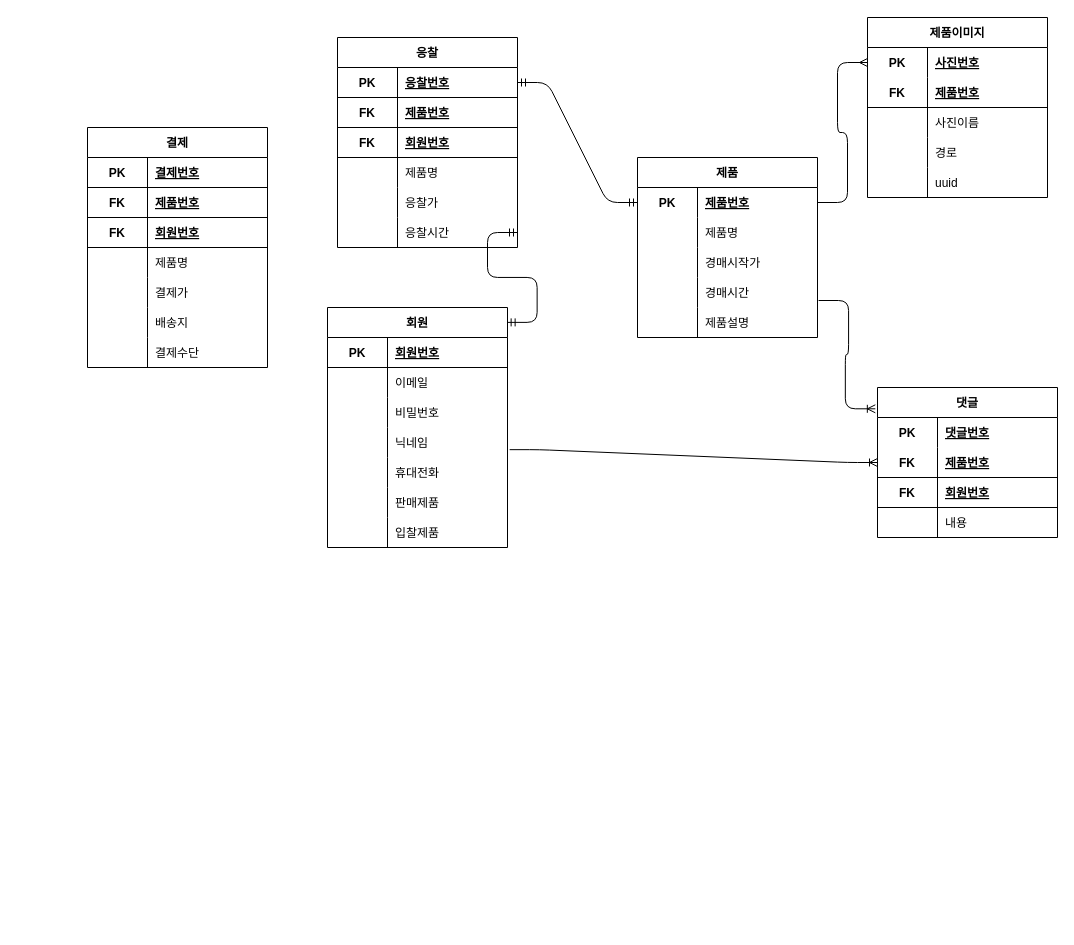
Before: erd/erd1.drawio in Unbbox/project, a draw.io diagram. Source tidied: cells renumbered, new cells numbered last; positions are measured from the earlier drawing's top-left corner, leaving out a move shared by most shapes. Both pictures are drawn from the tidied source at 100%, with x=0, y=0 at pixel (87, 17).
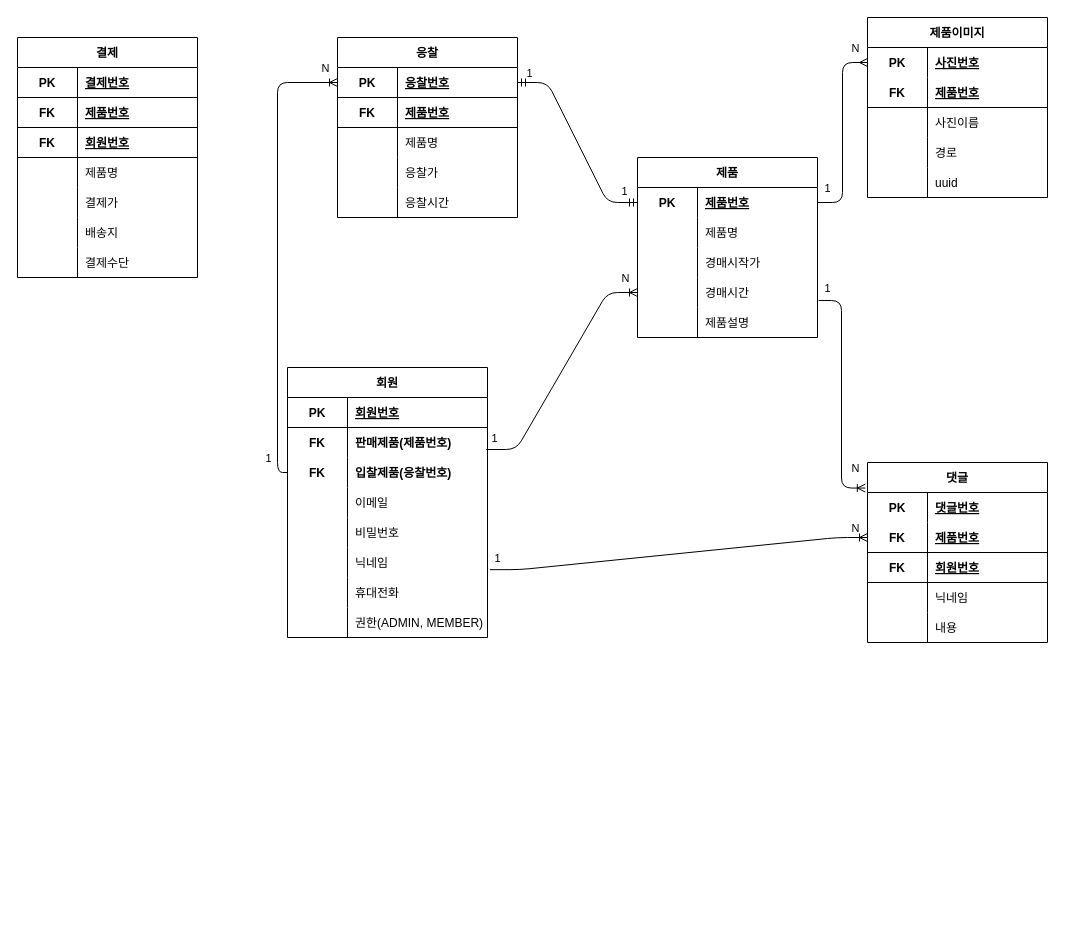
The same diagram, later.

Unchanged cells that the change refers to:
```xml
<mxCell id="3" style="shape=tableRow;horizontal=0;startSize=0;swimlaneHead=0;swimlaneBody=0;fillColor=none;points=[[0,0.5],[1,0.5]];portConstraint=eastwest;top=0;left=0;right=0;bottom=0;" parent="2" vertex="1">
  <mxGeometry y="30" width="180" height="30" as="geometry" />
</mxCell>
<mxCell id="12" style="shape=tableRow;horizontal=0;startSize=0;swimlaneHead=0;swimlaneBody=0;fillColor=none;points=[[0,0.5],[1,0.5]];portConstraint=eastwest;top=0;left=0;right=0;bottom=0;" parent="2" vertex="1">
  <mxGeometry y="120" width="180" height="30" as="geometry" />
</mxCell>
<mxCell id="19" style="shape=tableRow;horizontal=0;startSize=0;swimlaneHead=0;swimlaneBody=0;fillColor=none;points=[[0,0.5],[1,0.5]];portConstraint=eastwest;top=0;left=0;right=0;bottom=0;" parent="18" vertex="1">
  <mxGeometry y="30" width="180" height="30" as="geometry" />
</mxCell>
<mxCell id="44" style="shape=tableRow;horizontal=0;startSize=0;swimlaneHead=0;swimlaneBody=0;fillColor=none;top=0;left=0;right=0;bottom=0;" parent="34" vertex="1">
  <mxGeometry y="120" width="180" height="30" as="geometry" />
</mxCell>
<mxCell id="70" style="shape=tableRow;horizontal=0;startSize=0;swimlaneHead=0;swimlaneBody=0;fillColor=none;points=[[0,0.5],[1,0.5]];portConstraint=eastwest;top=0;left=0;right=0;bottom=1;" parent="69" vertex="1">
  <mxGeometry y="30" width="180" height="30" as="geometry" />
</mxCell>
<mxCell id="92" style="edgeStyle=entityRelationEdgeStyle;fontSize=12;html=1;endArrow=ERmandOne;startArrow=ERmandOne;exitX=0;exitY=0.5;exitDx=0;exitDy=0;entryX=1;entryY=0.5;entryDx=0;entryDy=0;" parent="1" edge="1" source="3" target="70">
  <mxGeometry relative="1" as="geometry" />
</mxCell>
```

Change to the diagram source:
```diff
@@
     <mxCell id="34" value="댓글" style="shape=table;startSize=30;childLayout=tableLayout;rowLines=0;fontStyle=1;align=center;" parent="1" vertex="1">
-      <mxGeometry x="790" y="370" width="180" height="150" as="geometry" />
+      <mxGeometry x="780" y="445" width="180" height="180" as="geometry" />
     </mxCell>
@@
-    <mxCell id="46" value="내용" style="shape=partialRectangle;fillColor=none;top=0;left=0;bottom=0;right=0;align=left;spacingLeft=6;overflow=hidden;" parent="44" vertex="1">
+    <mxCell id="46" value="닉네임" style="shape=partialRectangle;fillColor=none;top=0;left=0;bottom=0;right=0;align=left;spacingLeft=6;overflow=hidden;" parent="44" vertex="1">
       <mxGeometry x="60" width="120" height="30" as="geometry" />
     </mxCell>
+    <mxCell id="115" style="shape=tableRow;horizontal=0;startSize=0;swimlaneHead=0;swimlaneBody=0;fillColor=none;top=0;left=0;right=0;bottom=0;" parent="34" vertex="1">
+      <mxGeometry y="150" width="180" height="30" as="geometry" />
+    </mxCell>
+    <mxCell id="116" style="shape=partialRectangle;fillColor=none;top=0;left=0;bottom=0;right=0;overflow=hidden;" parent="115" vertex="1">
+      <mxGeometry width="60" height="30" as="geometry" />
+    </mxCell>
+    <mxCell id="117" value="내용" style="shape=partialRectangle;fillColor=none;top=0;left=0;bottom=0;right=0;align=left;spacingLeft=6;overflow=hidden;" parent="115" vertex="1">
+      <mxGeometry x="60" width="120" height="30" as="geometry" />
+    </mxCell>
     <mxCell id="47" value="회원" style="shape=table;startSize=30;childLayout=tableLayout;rowLines=0;fontStyle=1;align=center;" parent="1" vertex="1">
-      <mxGeometry x="240" y="290" width="180" height="240" as="geometry" />
+      <mxGeometry x="200" y="350" width="200" height="270" as="geometry" />
     </mxCell>
     <mxCell id="48" style="shape=tableRow;horizontal=0;startSize=0;swimlaneHead=0;swimlaneBody=0;fillColor=none;top=0;left=0;right=0;bottom=1;" parent="47" vertex="1">
-      <mxGeometry y="30" width="180" height="30" as="geometry" />
+      <mxGeometry y="30" width="200" height="30" as="geometry" />
     </mxCell>
@@
     <mxCell id="50" value="회원번호" style="shape=partialRectangle;fillColor=none;top=0;left=0;bottom=0;right=0;align=left;spacingLeft=6;fontStyle=5;overflow=hidden;" parent="48" vertex="1">
-      <mxGeometry x="60" width="120" height="30" as="geometry" />
+      <mxGeometry x="60" width="140" height="30" as="geometry" />
     </mxCell>
+    <mxCell id="63" style="shape=tableRow;horizontal=0;startSize=0;swimlaneHead=0;swimlaneBody=0;fillColor=none;points=[[0,0.5],[1,0.5]];portConstraint=eastwest;top=0;left=0;right=0;bottom=0;" parent="47" vertex="1">
+      <mxGeometry y="60" width="200" height="30" as="geometry" />
+    </mxCell>
+    <mxCell id="64" value="FK" style="shape=partialRectangle;fillColor=none;top=0;left=0;bottom=0;right=0;overflow=hidden;fontStyle=1;" parent="63" vertex="1">
+      <mxGeometry width="60" height="30" as="geometry" />
+    </mxCell>
+    <mxCell id="65" value="판매제품(제품번호)" style="shape=partialRectangle;fillColor=none;top=0;left=0;bottom=0;right=0;align=left;spacingLeft=6;overflow=hidden;fontStyle=1;" parent="63" vertex="1">
+      <mxGeometry x="60" width="140" height="30" as="geometry" />
+    </mxCell>
+    <mxCell id="66" style="shape=tableRow;horizontal=0;startSize=0;swimlaneHead=0;swimlaneBody=0;fillColor=none;points=[[0,0.5],[1,0.5]];portConstraint=eastwest;top=0;left=0;right=0;bottom=0;" parent="47" vertex="1">
+      <mxGeometry y="90" width="200" height="30" as="geometry" />
+    </mxCell>
+    <mxCell id="67" value="FK" style="shape=partialRectangle;fillColor=none;top=0;left=0;bottom=0;right=0;overflow=hidden;fontStyle=1;" parent="66" vertex="1">
+      <mxGeometry width="60" height="30" as="geometry" />
+    </mxCell>
+    <mxCell id="68" value="입찰제품(응찰번호)" style="shape=partialRectangle;fillColor=none;top=0;left=0;bottom=0;right=0;align=left;spacingLeft=6;overflow=hidden;fontStyle=1;" parent="66" vertex="1">
+      <mxGeometry x="60" width="140" height="30" as="geometry" />
+    </mxCell>
     <mxCell id="51" style="shape=tableRow;horizontal=0;startSize=0;swimlaneHead=0;swimlaneBody=0;fillColor=none;top=0;left=0;right=0;bottom=0;" parent="47" vertex="1">
-      <mxGeometry y="60" width="180" height="30" as="geometry" />
+      <mxGeometry y="120" width="200" height="30" as="geometry" />
     </mxCell>
@@
     <mxCell id="53" value="이메일" style="shape=partialRectangle;fillColor=none;top=0;left=0;bottom=0;right=0;align=left;spacingLeft=6;overflow=hidden;" parent="51" vertex="1">
-      <mxGeometry x="60" width="120" height="30" as="geometry" />
+      <mxGeometry x="60" width="140" height="30" as="geometry" />
     </mxCell>
     <mxCell id="54" style="shape=tableRow;horizontal=0;startSize=0;swimlaneHead=0;swimlaneBody=0;fillColor=none;top=0;left=0;right=0;bottom=0;" parent="47" vertex="1">
-      <mxGeometry y="90" width="180" height="30" as="geometry" />
+      <mxGeometry y="150" width="200" height="30" as="geometry" />
     </mxCell>
@@
     <mxCell id="56" value="비밀번호" style="shape=partialRectangle;fillColor=none;top=0;left=0;bottom=0;right=0;align=left;spacingLeft=6;overflow=hidden;" parent="54" vertex="1">
-      <mxGeometry x="60" width="120" height="30" as="geometry" />
+      <mxGeometry x="60" width="140" height="30" as="geometry" />
     </mxCell>
     <mxCell id="57" style="shape=tableRow;horizontal=0;startSize=0;swimlaneHead=0;swimlaneBody=0;fillColor=none;points=[[0,0.5],[1,0.5]];portConstraint=eastwest;top=0;left=0;right=0;bottom=0;" parent="47" vertex="1">
-      <mxGeometry y="120" width="180" height="30" as="geometry" />
+      <mxGeometry y="180" width="200" height="30" as="geometry" />
     </mxCell>
@@
     <mxCell id="59" value="닉네임" style="shape=partialRectangle;fillColor=none;top=0;left=0;bottom=0;right=0;align=left;spacingLeft=6;overflow=hidden;" parent="57" vertex="1">
-      <mxGeometry x="60" width="120" height="30" as="geometry" />
+      <mxGeometry x="60" width="140" height="30" as="geometry" />
     </mxCell>
     <mxCell id="60" style="shape=tableRow;horizontal=0;startSize=0;swimlaneHead=0;swimlaneBody=0;fillColor=none;top=0;left=0;right=0;bottom=0;" parent="47" vertex="1">
-      <mxGeometry y="150" width="180" height="30" as="geometry" />
+      <mxGeometry y="210" width="200" height="30" as="geometry" />
     </mxCell>
@@
     <mxCell id="62" value="휴대전화" style="shape=partialRectangle;fillColor=none;top=0;left=0;bottom=0;right=0;align=left;spacingLeft=6;overflow=hidden;" parent="60" vertex="1">
-      <mxGeometry x="60" width="120" height="30" as="geometry" />
+      <mxGeometry x="60" width="140" height="30" as="geometry" />
     </mxCell>
-    <mxCell id="63" style="shape=tableRow;horizontal=0;startSize=0;swimlaneHead=0;swimlaneBody=0;fillColor=none;points=[[0,0.5],[1,0.5]];portConstraint=eastwest;top=0;left=0;right=0;bottom=0;" parent="47" vertex="1">
-      <mxGeometry y="180" width="180" height="30" as="geometry" />
-    </mxCell>
-    <mxCell id="64" style="shape=partialRectangle;fillColor=none;top=0;left=0;bottom=0;right=0;overflow=hidden;" parent="63" vertex="1">
-      <mxGeometry width="60" height="30" as="geometry" />
-    </mxCell>
-    <mxCell id="65" value="판매제품" style="shape=partialRectangle;fillColor=none;top=0;left=0;bottom=0;right=0;align=left;spacingLeft=6;overflow=hidden;" parent="63" vertex="1">
-      <mxGeometry x="60" width="120" height="30" as="geometry" />
-    </mxCell>
-    <mxCell id="66" style="shape=tableRow;horizontal=0;startSize=0;swimlaneHead=0;swimlaneBody=0;fillColor=none;points=[[0,0.5],[1,0.5]];portConstraint=eastwest;top=0;left=0;right=0;bottom=0;" parent="47" vertex="1">
-      <mxGeometry y="210" width="180" height="30" as="geometry" />
-    </mxCell>
-    <mxCell id="67" style="shape=partialRectangle;fillColor=none;top=0;left=0;bottom=0;right=0;overflow=hidden;" parent="66" vertex="1">
-      <mxGeometry width="60" height="30" as="geometry" />
-    </mxCell>
-    <mxCell id="68" value="입찰제품" style="shape=partialRectangle;fillColor=none;top=0;left=0;bottom=0;right=0;align=left;spacingLeft=6;overflow=hidden;" parent="66" vertex="1">
-      <mxGeometry x="60" width="120" height="30" as="geometry" />
-    </mxCell>
+    <mxCell id="118" style="shape=tableRow;horizontal=0;startSize=0;swimlaneHead=0;swimlaneBody=0;fillColor=none;top=0;left=0;right=0;bottom=0;" parent="47" vertex="1">
+      <mxGeometry y="240" width="200" height="30" as="geometry" />
+    </mxCell>
+    <mxCell id="119" style="shape=partialRectangle;fillColor=none;top=0;left=0;bottom=0;right=0;overflow=hidden;" parent="118" vertex="1">
+      <mxGeometry width="60" height="30" as="geometry" />
+    </mxCell>
+    <mxCell id="120" value="권한(ADMIN, MEMBER)" style="shape=partialRectangle;fillColor=none;top=0;left=0;bottom=0;right=0;align=left;spacingLeft=6;overflow=hidden;" parent="118" vertex="1">
+      <mxGeometry x="60" width="140" height="30" as="geometry" />
+    </mxCell>
     <mxCell id="69" value="응찰" style="shape=table;startSize=30;childLayout=tableLayout;rowLines=0;fontStyle=1;align=center;" parent="1" vertex="1">
-      <mxGeometry x="250" y="20" width="180" height="210" as="geometry" />
+      <mxGeometry x="250" y="20" width="180" height="180" as="geometry" />
     </mxCell>
@@
-    <mxCell id="76" style="shape=tableRow;horizontal=0;startSize=0;swimlaneHead=0;swimlaneBody=0;fillColor=none;top=0;left=0;right=0;bottom=1;" parent="69" vertex="1">
-      <mxGeometry y="90" width="180" height="30" as="geometry" />
-    </mxCell>
-    <mxCell id="77" value="FK" style="shape=partialRectangle;fillColor=none;top=0;left=0;bottom=0;right=0;fontStyle=1;overflow=hidden;" parent="76" vertex="1">
-      <mxGeometry width="60" height="30" as="geometry" />
-    </mxCell>
-    <mxCell id="78" value="회원번호" style="shape=partialRectangle;fillColor=none;top=0;left=0;bottom=0;right=0;align=left;spacingLeft=6;fontStyle=5;overflow=hidden;" parent="76" vertex="1">
-      <mxGeometry x="60" width="120" height="30" as="geometry" />
-    </mxCell>
     <mxCell id="79" style="shape=tableRow;horizontal=0;startSize=0;swimlaneHead=0;swimlaneBody=0;fillColor=none;top=0;left=0;right=0;bottom=0;" parent="69" vertex="1">
-      <mxGeometry y="120" width="180" height="30" as="geometry" />
+      <mxGeometry y="90" width="180" height="30" as="geometry" />
     </mxCell>
@@
     <mxCell id="82" style="shape=tableRow;horizontal=0;startSize=0;swimlaneHead=0;swimlaneBody=0;fillColor=none;top=0;left=0;right=0;bottom=0;" parent="69" vertex="1">
-      <mxGeometry y="150" width="180" height="30" as="geometry" />
+      <mxGeometry y="120" width="180" height="30" as="geometry" />
     </mxCell>
@@
     <mxCell id="85" style="shape=tableRow;horizontal=0;startSize=0;swimlaneHead=0;swimlaneBody=0;fillColor=none;points=[[0,0.5],[1,0.5]];portConstraint=eastwest;top=0;left=0;right=0;bottom=0;" parent="69" vertex="1">
-      <mxGeometry y="180" width="180" height="30" as="geometry" />
+      <mxGeometry y="150" width="180" height="30" as="geometry" />
     </mxCell>
@@
-    <mxCell id="89" style="edgeStyle=entityRelationEdgeStyle;fontSize=12;html=1;endArrow=ERmany;exitX=1;exitY=0.5;exitDx=0;exitDy=0;entryX=0;entryY=0.5;entryDx=0;entryDy=0;" parent="1" edge="1" source="3" target="19">
+    <mxCell id="89" style="edgeStyle=elbowEdgeStyle;fontSize=12;html=1;endArrow=ERmany;exitX=1;exitY=0.5;exitDx=0;exitDy=0;entryX=0;entryY=0.5;entryDx=0;entryDy=0;" parent="1" edge="1" source="3" target="19">
       <mxGeometry relative="1" as="geometry" />
     </mxCell>
-    <mxCell id="90" style="edgeStyle=entityRelationEdgeStyle;fontSize=12;html=1;endArrow=ERoneToMany;exitX=1.006;exitY=0.767;exitDx=0;exitDy=0;entryX=-0.012;entryY=0.142;entryDx=0;entryDy=0;exitPerimeter=0;entryPerimeter=0;" parent="1" edge="1" source="12" target="34">
+    <mxCell id="90" style="edgeStyle=elbowEdgeStyle;fontSize=12;html=1;endArrow=ERoneToMany;exitX=1.006;exitY=0.767;exitDx=0;exitDy=0;entryX=-0.012;entryY=0.142;entryDx=0;entryDy=0;exitPerimeter=0;entryPerimeter=0;" parent="1" edge="1" source="12" target="34">
       <mxGeometry relative="1" as="geometry" />
     </mxCell>
-    <mxCell id="91" style="edgeStyle=entityRelationEdgeStyle;fontSize=12;html=1;endArrow=ERmandOne;startArrow=ERmandOne;exitX=0.998;exitY=0.062;exitDx=0;exitDy=0;exitPerimeter=0;entryX=1;entryY=0.5;entryDx=0;entryDy=0;" parent="1" edge="1" source="47" target="85">
-      <mxGeometry relative="1" as="geometry" />
-    </mxCell>
@@
+    <mxCell id="121" value="1" style="edgeLabel;html=1;align=center;verticalAlign=middle;" parent="92" vertex="1">
+      <mxGeometry x="0.88" y="-2" relative="1" as="geometry">
+        <mxPoint y="-8" as="offset" />
+      </mxGeometry>
+    </mxCell>
+    <mxCell id="122" value="1" style="edgeLabel;html=1;align=center;verticalAlign=middle;" parent="92" vertex="1">
+      <mxGeometry x="0.88" y="-2" relative="1" as="geometry">
+        <mxPoint x="-35" y="357" as="offset" />
+      </mxGeometry>
+    </mxCell>
+    <mxCell id="123" value="1" style="edgeLabel;html=1;align=center;verticalAlign=middle;" parent="92" vertex="1">
+      <mxGeometry x="0.88" y="-2" relative="1" as="geometry">
+        <mxPoint x="-261" y="377" as="offset" />
+      </mxGeometry>
+    </mxCell>
+    <mxCell id="124" value="1" style="edgeLabel;html=1;align=center;verticalAlign=middle;" parent="92" vertex="1">
+      <mxGeometry x="0.88" y="-2" relative="1" as="geometry">
+        <mxPoint x="-32" y="477" as="offset" />
+      </mxGeometry>
+    </mxCell>
+    <mxCell id="125" value="1" style="edgeLabel;html=1;align=center;verticalAlign=middle;" parent="92" vertex="1">
+      <mxGeometry x="0.88" y="-2" relative="1" as="geometry">
+        <mxPoint x="298" y="207" as="offset" />
+      </mxGeometry>
+    </mxCell>
+    <mxCell id="126" value="1" style="edgeLabel;html=1;align=center;verticalAlign=middle;" parent="92" vertex="1">
+      <mxGeometry x="0.88" y="-2" relative="1" as="geometry">
+        <mxPoint x="298" y="107" as="offset" />
+      </mxGeometry>
+    </mxCell>
     <mxCell id="93" value="결제" style="shape=table;startSize=30;childLayout=tableLayout;rowLines=0;fontStyle=1;align=center;" parent="1" vertex="1">
-      <mxGeometry y="110" width="180" height="240" as="geometry" />
+      <mxGeometry x="-70" y="20" width="180" height="240" as="geometry" />
     </mxCell>
@@
+    <mxCell id="127" style="edgeStyle=entityRelationEdgeStyle;fontSize=12;html=1;endArrow=ERoneToMany;exitX=0.994;exitY=0.733;exitDx=0;exitDy=0;entryX=0;entryY=0.5;entryDx=0;entryDy=0;exitPerimeter=0;" parent="1" edge="1" source="63" target="12">
+      <mxGeometry relative="1" as="geometry" />
+    </mxCell>
+    <mxCell id="128" style="fontSize=12;html=1;endArrow=ERoneToMany;exitX=0;exitY=0.5;exitDx=0;exitDy=0;edgeStyle=orthogonalEdgeStyle;" parent="1" edge="1" source="66" target="70">
+      <mxGeometry relative="1" as="geometry" />
+    </mxCell>
+    <mxCell id="129" value="1" style="edgeLabel;html=1;align=center;verticalAlign=middle;" parent="1" vertex="1">
+      <mxGeometry x="450" y="63" as="geometry">
+        <mxPoint x="86" y="110" as="offset" />
+      </mxGeometry>
+    </mxCell>
+    <mxCell id="130" value="N" style="edgeLabel;html=1;align=center;verticalAlign=middle;" parent="1" vertex="1">
+      <mxGeometry x="190.7" y="450" as="geometry">
+        <mxPoint x="47" y="-400" as="offset" />
+      </mxGeometry>
+    </mxCell>
+    <mxCell id="131" value="N" style="edgeLabel;html=1;align=center;verticalAlign=middle;" parent="1" vertex="1">
+      <mxGeometry x="490" y="660" as="geometry">
+        <mxPoint x="47" y="-400" as="offset" />
+      </mxGeometry>
+    </mxCell>
+    <mxCell id="132" value="N" style="edgeLabel;html=1;align=center;verticalAlign=middle;" parent="1" vertex="1">
+      <mxGeometry x="720" y="430" as="geometry">
+        <mxPoint x="47" y="-400" as="offset" />
+      </mxGeometry>
+    </mxCell>
+    <mxCell id="133" value="N" style="edgeLabel;html=1;align=center;verticalAlign=middle;" parent="1" vertex="1">
+      <mxGeometry x="720" y="910" as="geometry">
+        <mxPoint x="47" y="-400" as="offset" />
+      </mxGeometry>
+    </mxCell>
+    <mxCell id="134" value="N" style="edgeLabel;html=1;align=center;verticalAlign=middle;" parent="1" vertex="1">
+      <mxGeometry x="720" y="850" as="geometry">
+        <mxPoint x="47" y="-400" as="offset" />
+      </mxGeometry>
+    </mxCell>
```
